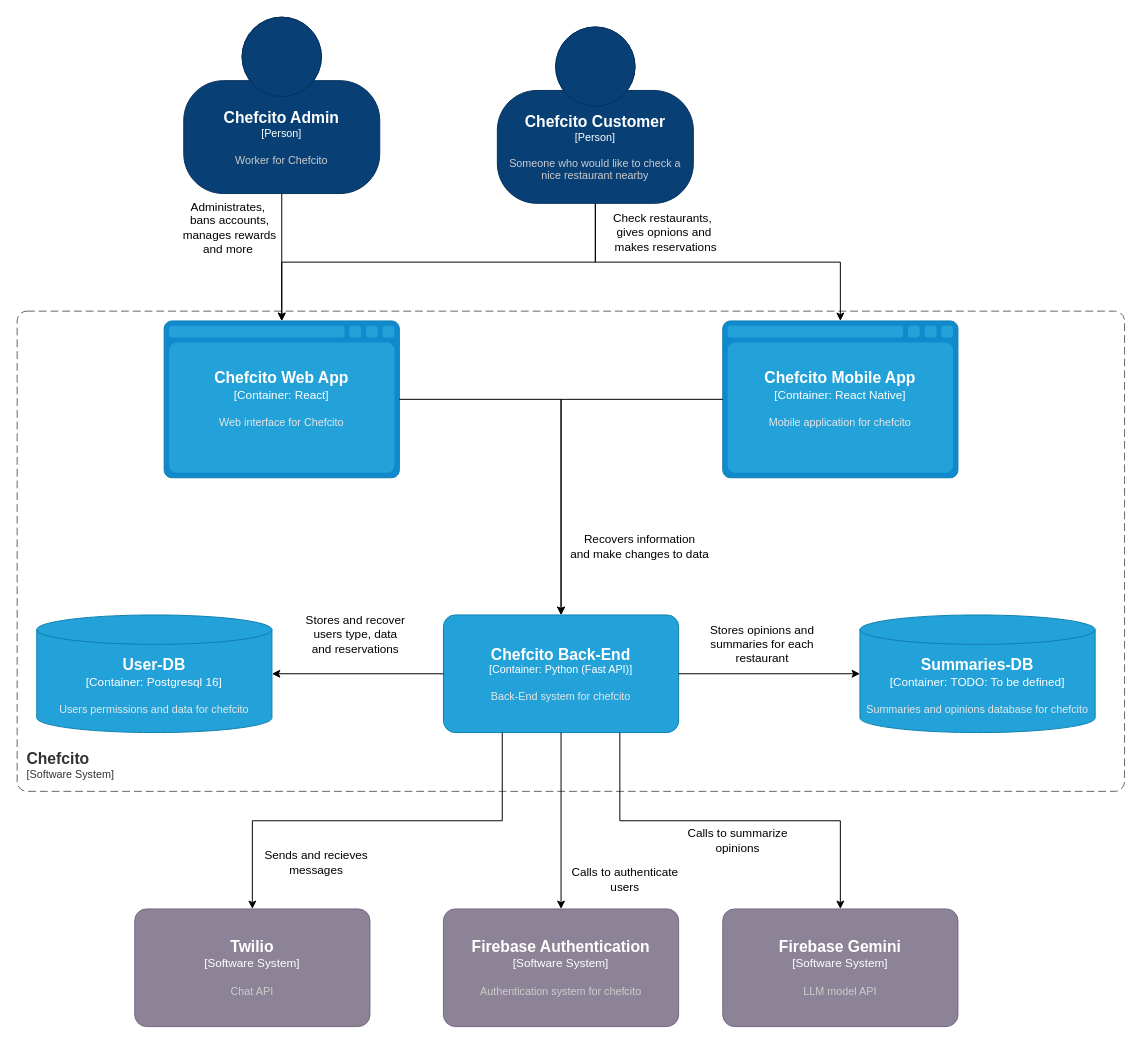
Earlier version of the draw.io diagram page "C2" (1 of 2) of docs/C4Diagram.drawio (Chefcito-Comidas/chefcito-back). Source tidied: cells renumbered, new cells numbered last; positions are measured from the earlier drawing's top-left corner, leaving out a move shared by most shapes. Both pictures are drawn from the tidied source at 98%, with x=0, y=0 at pixel (17, 17).
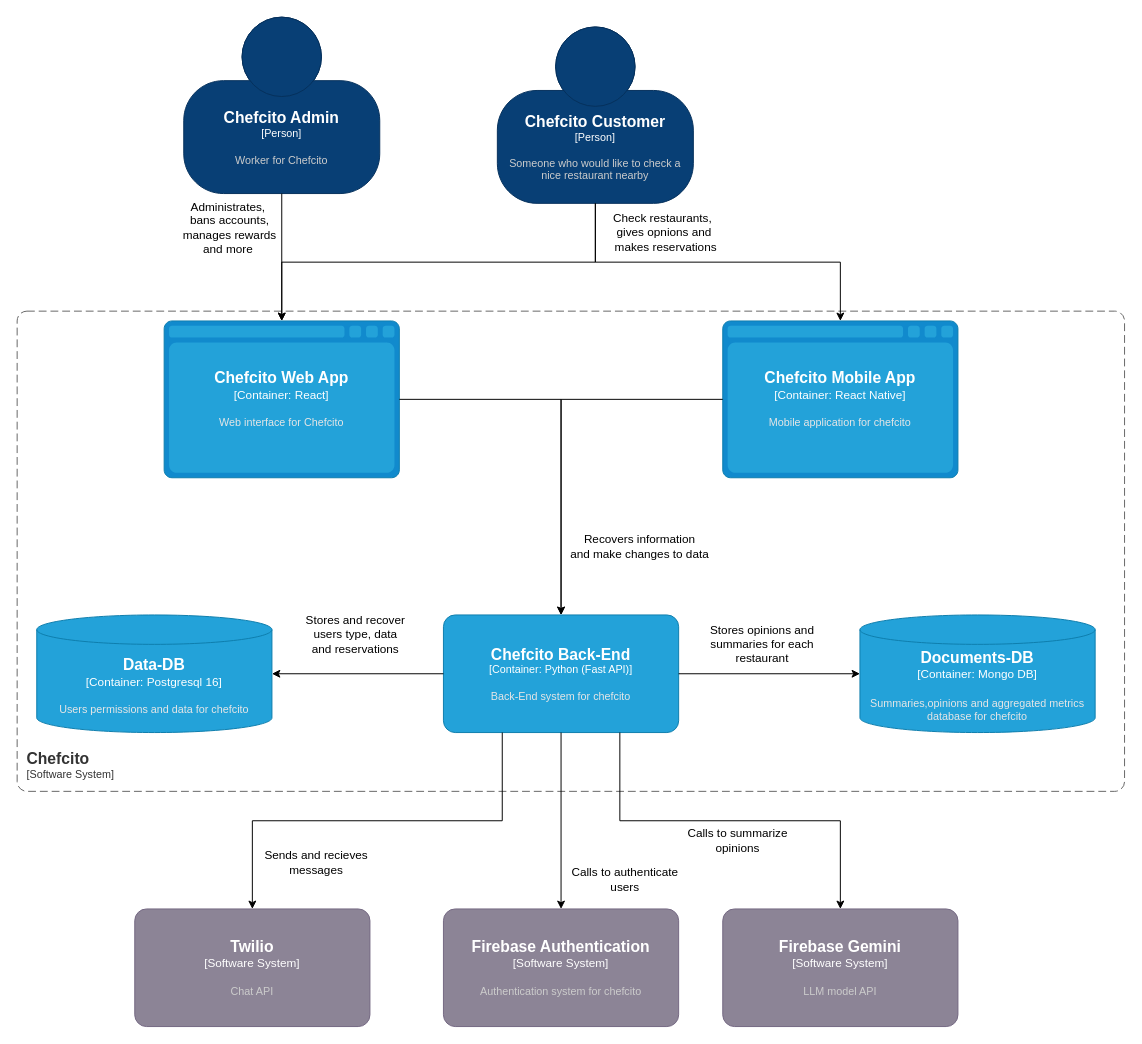
The same page after the edit.

What changed in the source:
```diff
@@
-    <object id="10" label="&lt;font style=&quot;font-size: 16px&quot;&gt;&lt;b&gt;%c4Name%&lt;/b&gt;&lt;/font&gt;&lt;div&gt;[%c4Type%:&amp;nbsp;%c4Technology%]&lt;/div&gt;&lt;br&gt;&lt;div&gt;&lt;font style=&quot;font-size: 11px&quot;&gt;&lt;font color=&quot;#E6E6E6&quot;&gt;%c4Description%&lt;/font&gt;&lt;/div&gt;" c4Description="Users permissions and data for chefcito" c4Name="User-DB" c4Technology="Postgresql 16" c4Type="Container" placeholders="1">
+    <object id="10" label="&lt;font style=&quot;font-size: 16px&quot;&gt;&lt;b&gt;%c4Name%&lt;/b&gt;&lt;/font&gt;&lt;div&gt;[%c4Type%:&amp;nbsp;%c4Technology%]&lt;/div&gt;&lt;br&gt;&lt;div&gt;&lt;font style=&quot;font-size: 11px&quot;&gt;&lt;font color=&quot;#E6E6E6&quot;&gt;%c4Description%&lt;/font&gt;&lt;/div&gt;" c4Description="Users permissions and data for chefcito" c4Name="Data-DB" c4Technology="Postgresql 16" c4Type="Container" placeholders="1">
       <mxCell style="shape=cylinder3;size=15;whiteSpace=wrap;html=1;boundedLbl=1;rounded=0;labelBackgroundColor=none;fillColor=#23A2D9;fontSize=12;fontColor=#ffffff;align=center;strokeColor=#0E7DAD;points=[[0.5,0,0],[1,0.25,0],[1,0.5,0],[1,0.75,0],[0.5,1,0],[0,0.75,0],[0,0.5,0],[0,0.25,0]];" parent="1" vertex="1">
         <mxGeometry x="20" y="610" width="240" height="120" as="geometry" />
       </mxCell>
     </object>
@@
-    <object id="14" label="&lt;font style=&quot;font-size: 16px&quot;&gt;&lt;b&gt;%c4Name%&lt;/b&gt;&lt;/font&gt;&lt;div&gt;[%c4Type%:&amp;nbsp;%c4Technology%]&lt;/div&gt;&lt;br&gt;&lt;div&gt;&lt;font style=&quot;font-size: 11px&quot;&gt;&lt;font color=&quot;#E6E6E6&quot;&gt;%c4Description%&lt;/font&gt;&lt;/div&gt;" c4Description="Summaries and opinions database for chefcito" c4Name="Summaries-DB" c4Technology="TODO: To be defined" c4Type="Container" placeholders="1">
+    <object id="14" label="&lt;font style=&quot;font-size: 16px&quot;&gt;&lt;b&gt;%c4Name%&lt;/b&gt;&lt;/font&gt;&lt;div&gt;[%c4Type%:&amp;nbsp;%c4Technology%]&lt;/div&gt;&lt;br&gt;&lt;div&gt;&lt;font style=&quot;font-size: 11px&quot;&gt;&lt;font color=&quot;#E6E6E6&quot;&gt;%c4Description%&lt;/font&gt;&lt;/div&gt;" c4Description="Summaries,opinions and aggregated metrics database for chefcito" c4Name="Documents-DB" c4Technology="Mongo DB" c4Type="Container" placeholders="1">
       <mxCell style="shape=cylinder3;size=15;whiteSpace=wrap;html=1;boundedLbl=1;rounded=0;labelBackgroundColor=none;fillColor=#23A2D9;fontSize=12;fontColor=#ffffff;align=center;strokeColor=#0E7DAD;points=[[0.5,0,0],[1,0.25,0],[1,0.5,0],[1,0.75,0],[0.5,1,0],[0,0.75,0],[0,0.5,0],[0,0.25,0]];" parent="1" vertex="1">
         <mxGeometry x="860" y="610" width="240" height="120" as="geometry" />
       </mxCell>
     </object>
```
